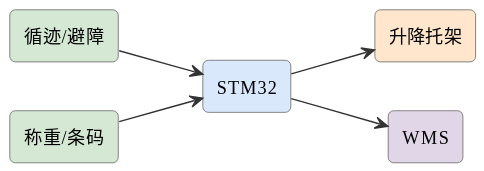
This is assets/diagrams/ideas-fig66.svg from mingyi0818/IntelligentMcuCourse, a PlantUML export, as it was before one commit.
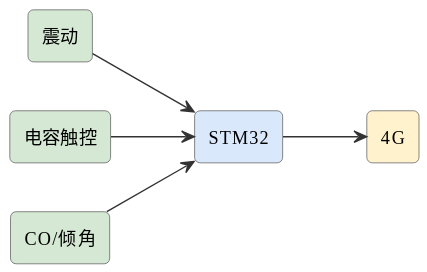
After the commit.

The edit, as a diff of the source:
```diff
@@ -6,13 +6,13 @@
 skinparam arrowFontSize 11
 skinparam arrowColor #333
 left to right direction
-rectangle "循迹/避障" as line #d5e8d4
+rectangle "震动" as vib #d5e8d4
+rectangle "电容触控" as touch #d5e8d4
 rectangle "STM32" as stm #dae8fc
-rectangle "升降托架" as lift #ffe6cc
-rectangle "称重/条码" as w #d5e8d4
-rectangle "WMS" as wms #e1d5e8
-line --> stm
-stm --> lift
-w --> stm
-stm --> wms
+rectangle "CO/倾角" as co #d5e8d4
+rectangle "4G" as g #fff2cc
+vib --> stm
+touch --> stm
+co --> stm
+stm --> g
 @enduml
```
